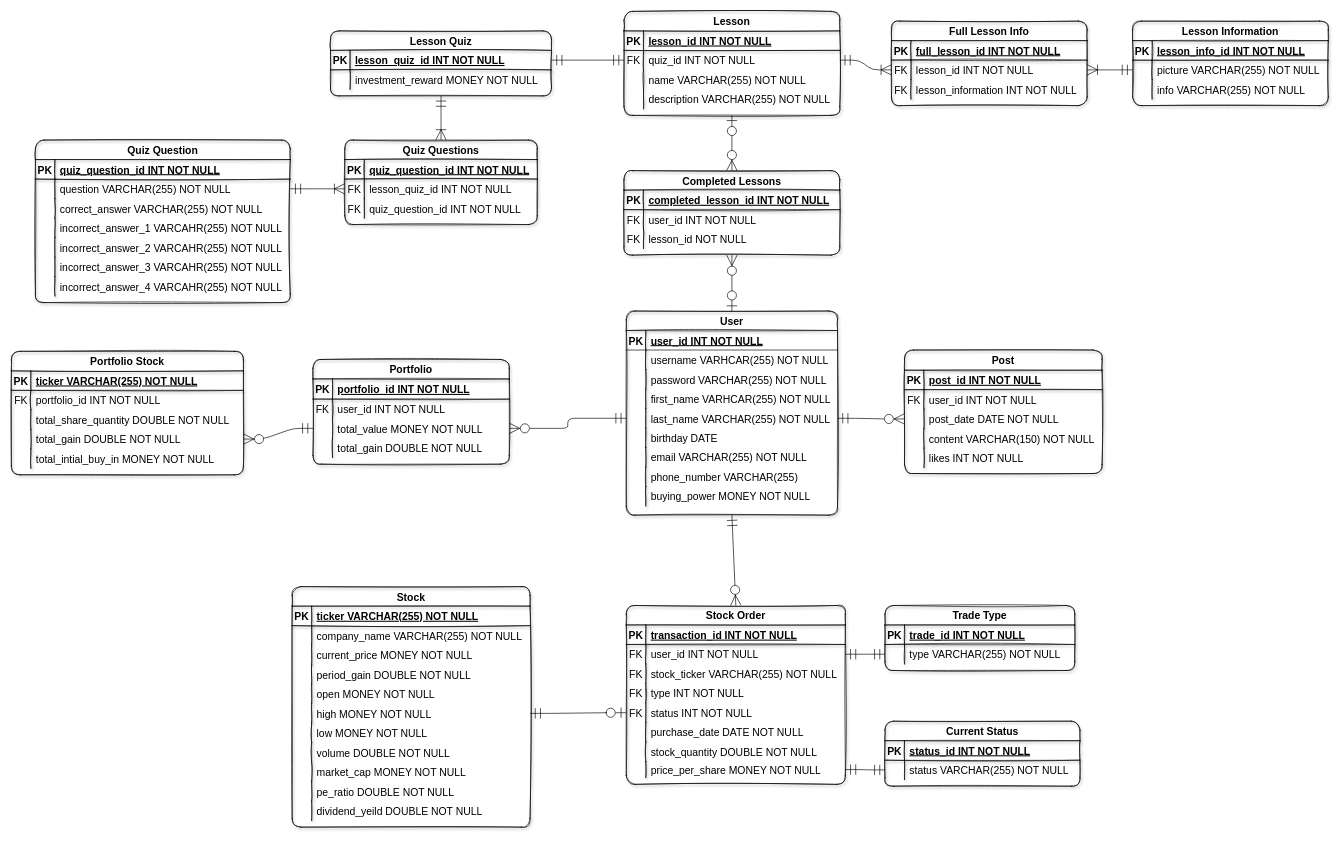
Earlier version of the draw.io diagram InvestEd/Design Documents/Entity Relationship Diagram/InvestEd ER Diagram.drawio (rbrunney/InvestEd). Source tidied: cells renumbered, new cells numbered last; positions are measured from the earlier drawing's top-left corner, leaving out a move shared by most shapes. Both pictures are drawn from the tidied source at 65%, with x=0, y=0 at pixel (11, 11).
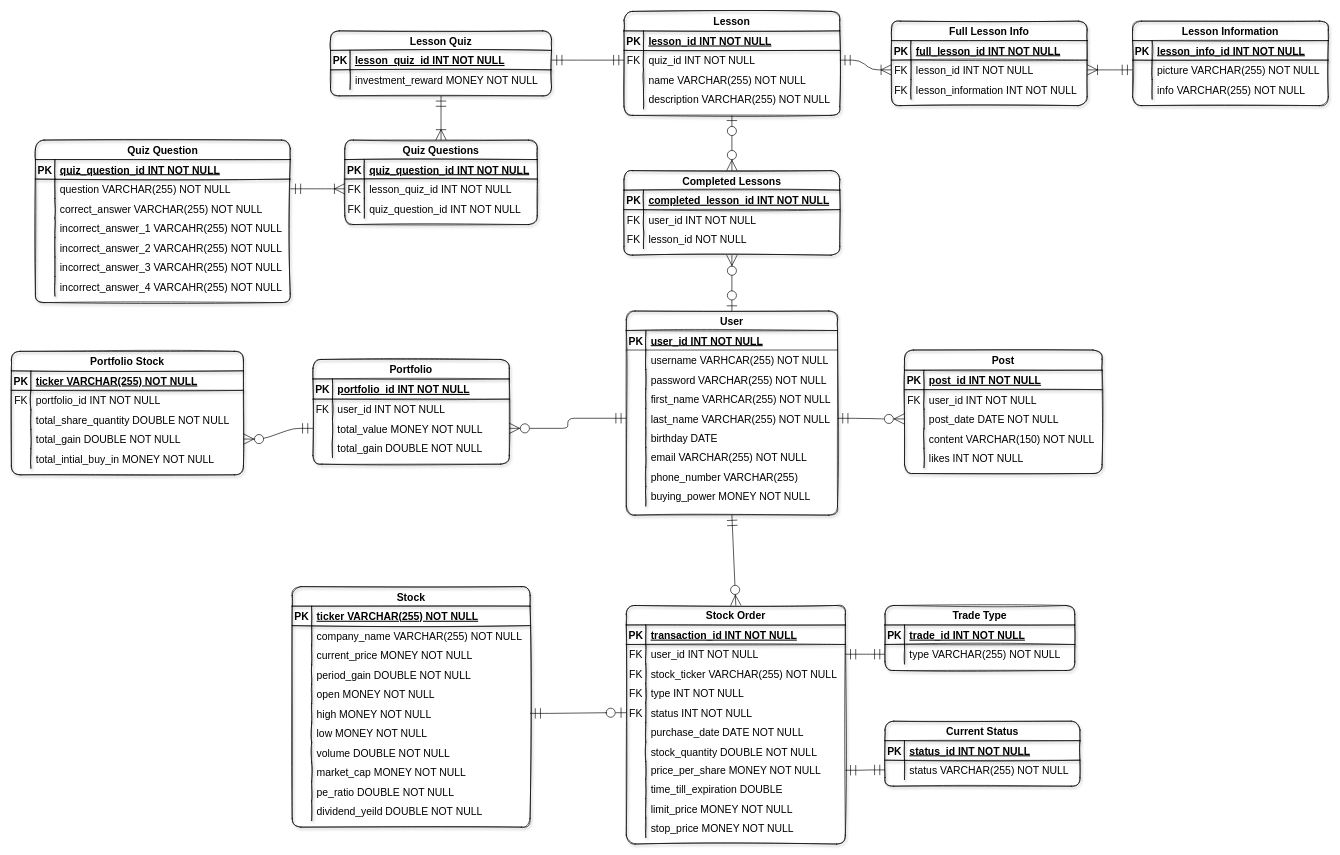
The same diagram, later.

What changed in the source:
```diff
@@
     <mxCell id="97" value="Stock Order" style="shape=table;startSize=30;childLayout=tableLayout;rowLines=0;fontStyle=1;align=center;rounded=1;shadow=1;sketch=1;fontSize=16;fillColor=none;" parent="1" vertex="1">
-      <mxGeometry x="946" y="914" width="337" height="275.2" as="geometry" />
+      <mxGeometry x="946" y="914" width="337" height="367" as="geometry" />
     </mxCell>
@@
     <mxCell id="119" style="shape=tableRow;horizontal=0;startSize=0;swimlaneHead=0;swimlaneBody=0;fillColor=none;points=[[0,0.5],[1,0.5]];portConstraint=eastwest;top=0;left=0;right=0;bottom=0;rounded=1;shadow=1;sketch=1;fontSize=16;" parent="97" vertex="1">
-      <mxGeometry y="240" width="337" height="25" as="geometry" />
+      <mxGeometry y="240" width="337" height="27" as="geometry" />
     </mxCell>
     <mxCell id="120" style="shape=partialRectangle;fillColor=none;top=0;left=0;bottom=0;right=0;overflow=hidden;rounded=1;shadow=1;sketch=1;fontSize=16;" parent="119" vertex="1">
-      <mxGeometry width="30" height="25" as="geometry" />
+      <mxGeometry width="30" height="27" as="geometry" />
     </mxCell>
     <mxCell id="121" value="price_per_share MONEY NOT NULL" style="shape=partialRectangle;fillColor=none;top=0;left=0;bottom=0;right=0;align=left;spacingLeft=6;overflow=hidden;rounded=1;shadow=1;sketch=1;fontSize=16;" parent="119" vertex="1">
-      <mxGeometry x="30" width="307" height="25" as="geometry" />
+      <mxGeometry x="30" width="307" height="27" as="geometry" />
     </mxCell>
+    <mxCell id="246" style="shape=tableRow;horizontal=0;startSize=0;swimlaneHead=0;swimlaneBody=0;fillColor=none;top=0;left=0;right=0;bottom=0;" parent="97" vertex="1">
+      <mxGeometry y="267" width="337" height="30" as="geometry" />
+    </mxCell>
+    <mxCell id="247" style="shape=partialRectangle;fillColor=none;top=0;left=0;bottom=0;right=0;overflow=hidden;" parent="246" vertex="1">
+      <mxGeometry width="30" height="30" as="geometry" />
+    </mxCell>
+    <mxCell id="248" value="time_till_expiration DOUBLE" style="shape=partialRectangle;fillColor=none;top=0;left=0;bottom=0;right=0;align=left;spacingLeft=6;overflow=hidden;fontSize=16;" parent="246" vertex="1">
+      <mxGeometry x="30" width="307" height="30" as="geometry" />
+    </mxCell>
+    <mxCell id="249" style="shape=tableRow;horizontal=0;startSize=0;swimlaneHead=0;swimlaneBody=0;fillColor=none;top=0;left=0;right=0;bottom=0;fontSize=16;" parent="97" vertex="1">
+      <mxGeometry y="297" width="337" height="30" as="geometry" />
+    </mxCell>
+    <mxCell id="250" style="shape=partialRectangle;fillColor=none;top=0;left=0;bottom=0;right=0;overflow=hidden;fontSize=16;" parent="249" vertex="1">
+      <mxGeometry width="30" height="30" as="geometry" />
+    </mxCell>
+    <mxCell id="251" value="limit_price MONEY NOT NULL" style="shape=partialRectangle;fillColor=none;top=0;left=0;bottom=0;right=0;align=left;spacingLeft=6;overflow=hidden;fontSize=16;" parent="249" vertex="1">
+      <mxGeometry x="30" width="307" height="30" as="geometry" />
+    </mxCell>
+    <mxCell id="252" style="shape=tableRow;horizontal=0;startSize=0;swimlaneHead=0;swimlaneBody=0;fillColor=none;top=0;left=0;right=0;bottom=0;fontSize=16;" parent="97" vertex="1">
+      <mxGeometry y="327" width="337" height="30" as="geometry" />
+    </mxCell>
+    <mxCell id="253" style="shape=partialRectangle;fillColor=none;top=0;left=0;bottom=0;right=0;overflow=hidden;fontSize=16;" parent="252" vertex="1">
+      <mxGeometry width="30" height="30" as="geometry" />
+    </mxCell>
+    <mxCell id="254" value="stop_price MONEY NOT NULL" style="shape=partialRectangle;fillColor=none;top=0;left=0;bottom=0;right=0;align=left;spacingLeft=6;overflow=hidden;fontSize=16;" parent="252" vertex="1">
+      <mxGeometry x="30" width="307" height="30" as="geometry" />
+    </mxCell>
```
